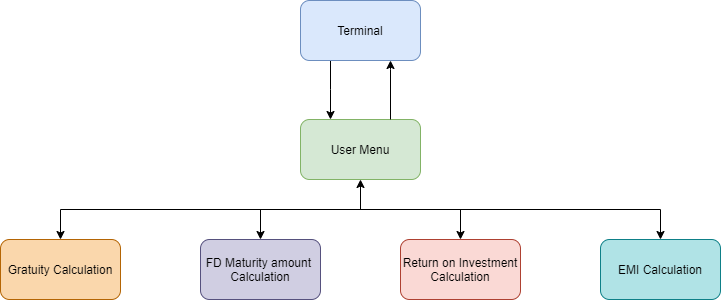
Earlier version of the draw.io export 2_Design/.png (swapnilkhandekar999/financialcalculator). Source tidied: cells renumbered, new cells last; positions are measured from the earlier drawing's top-left corner, leaving out a move shared by most shapes.
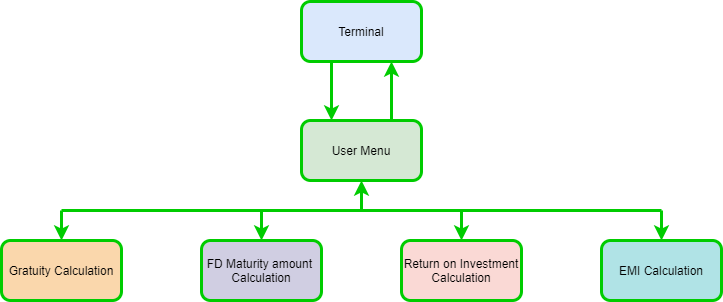
After the change.

The edit, as a diff of the source:
```diff
@@ -2,7 +2,7 @@
   <root>
     <mxCell id="0" />
     <mxCell id="1" parent="0" />
-    <mxCell id="2" style="edgeStyle=orthogonalEdgeStyle;rounded=0;jettySize=auto;html=1;" parent="1" edge="1" source="3" target="4">
+    <mxCell id="2" style="edgeStyle=orthogonalEdgeStyle;rounded=0;jettySize=auto;html=1;strokeWidth=3;strokeColor=#00CC00;" parent="1" edge="1" source="3" target="4">
       <mxGeometry relative="1" as="geometry">
         <Array as="points">
           <mxPoint x="330" y="89" />
@@ -10,13 +10,13 @@
         </Array>
       </mxGeometry>
     </mxCell>
-    <mxCell id="3" value="Terminal" style="rounded=1;whiteSpace=wrap;html=1;fillColor=#dae8fc;strokeColor=#6c8ebf;" parent="1" vertex="1">
+    <mxCell id="3" value="Terminal" style="rounded=1;whiteSpace=wrap;html=1;fillColor=#dae8fc;strokeWidth=3;strokeColor=#00CC00;" parent="1" vertex="1">
       <mxGeometry x="300" width="120" height="60" as="geometry" />
     </mxCell>
-    <mxCell id="4" value="User Menu" style="rounded=1;whiteSpace=wrap;html=1;fillColor=#d5e8d4;strokeColor=#82b366;" parent="1" vertex="1">
+    <mxCell id="4" value="User Menu" style="rounded=1;whiteSpace=wrap;html=1;fillColor=#d5e8d4;strokeWidth=3;strokeColor=#00CC00;" parent="1" vertex="1">
       <mxGeometry x="300" y="119" width="120" height="60" as="geometry" />
     </mxCell>
-    <mxCell id="5" style="edgeStyle=orthogonalEdgeStyle;rounded=0;orthogonalLoop=1;jettySize=auto;html=1;" parent="1" edge="1">
+    <mxCell id="5" style="edgeStyle=orthogonalEdgeStyle;rounded=0;orthogonalLoop=1;jettySize=auto;html=1;strokeWidth=3;strokeColor=#00CC00;" parent="1" edge="1">
       <mxGeometry relative="1" as="geometry">
         <mxPoint x="390" y="119" as="sourcePoint" />
         <mxPoint x="390" y="60" as="targetPoint" />
@@ -26,45 +26,45 @@
         </Array>
       </mxGeometry>
     </mxCell>
-    <mxCell id="6" value="Gratuity Calculation" style="rounded=1;whiteSpace=wrap;html=1;fillColor=#fad7ac;strokeColor=#b46504;" parent="1" vertex="1">
+    <mxCell id="6" value="Gratuity Calculation" style="rounded=1;whiteSpace=wrap;html=1;fillColor=#fad7ac;strokeWidth=3;strokeColor=#00CC00;" parent="1" vertex="1">
       <mxGeometry y="239" width="120" height="60" as="geometry" />
     </mxCell>
-    <mxCell id="7" value="FD Maturity amount&amp;nbsp;&lt;br&gt;Calculation" style="rounded=1;whiteSpace=wrap;html=1;fillColor=#d0cee2;strokeColor=#56517e;" parent="1" vertex="1">
+    <mxCell id="7" value="FD Maturity amount&amp;nbsp;&lt;br&gt;Calculation" style="rounded=1;whiteSpace=wrap;html=1;fillColor=#d0cee2;strokeWidth=3;strokeColor=#00CC00;" parent="1" vertex="1">
       <mxGeometry x="200" y="239" width="120" height="60" as="geometry" />
     </mxCell>
-    <mxCell id="8" value="Return on Investment Calculation" style="rounded=1;whiteSpace=wrap;html=1;fillColor=#fad9d5;strokeColor=#ae4132;" parent="1" vertex="1">
+    <mxCell id="8" value="Return on Investment Calculation" style="rounded=1;whiteSpace=wrap;html=1;fillColor=#fad9d5;strokeWidth=3;strokeColor=#00CC00;" parent="1" vertex="1">
       <mxGeometry x="400" y="239" width="120" height="60" as="geometry" />
     </mxCell>
-    <mxCell id="9" value="EMI Calculation" style="rounded=1;whiteSpace=wrap;html=1;fillColor=#b0e3e6;strokeColor=#0e8088;" parent="1" vertex="1">
+    <mxCell id="9" value="EMI Calculation" style="rounded=1;whiteSpace=wrap;html=1;fillColor=#b0e3e6;strokeWidth=3;strokeColor=#00CC00;" parent="1" vertex="1">
       <mxGeometry x="600" y="239" width="120" height="60" as="geometry" />
     </mxCell>
-    <mxCell id="10" style="endArrow=none;html=1;" parent="1" edge="1">
+    <mxCell id="10" style="endArrow=none;html=1;strokeWidth=3;strokeColor=#00CC00;" parent="1" edge="1">
       <mxGeometry relative="1" as="geometry">
         <mxPoint x="60" y="209" as="sourcePoint" />
         <mxPoint x="660" y="209" as="targetPoint" />
       </mxGeometry>
     </mxCell>
-    <mxCell id="11" style="endArrow=classic;html=1;entryX=0.5;entryY=0;entryDx=0;entryDy=0;" parent="1" edge="1" target="6">
+    <mxCell id="11" style="endArrow=classic;html=1;entryX=0.5;entryY=0;entryDx=0;entryDy=0;strokeWidth=3;strokeColor=#00CC00;" parent="1" edge="1" target="6">
       <mxGeometry relative="1" as="geometry">
         <mxPoint x="60" y="209" as="sourcePoint" />
       </mxGeometry>
     </mxCell>
-    <mxCell id="12" style="endArrow=classic;html=1;entryX=0.5;entryY=0;entryDx=0;entryDy=0;" parent="1" edge="1" target="7">
+    <mxCell id="12" style="endArrow=classic;html=1;entryX=0.5;entryY=0;entryDx=0;entryDy=0;strokeWidth=3;strokeColor=#00CC00;" parent="1" edge="1" target="7">
       <mxGeometry relative="1" as="geometry">
         <mxPoint x="260" y="209" as="sourcePoint" />
       </mxGeometry>
     </mxCell>
-    <mxCell id="13" style="endArrow=classic;html=1;entryX=0.5;entryY=0;entryDx=0;entryDy=0;" parent="1" edge="1" target="8">
+    <mxCell id="13" style="endArrow=classic;html=1;entryX=0.5;entryY=0;entryDx=0;entryDy=0;strokeWidth=3;strokeColor=#00CC00;" parent="1" edge="1" target="8">
       <mxGeometry relative="1" as="geometry">
         <mxPoint x="460" y="209" as="sourcePoint" />
       </mxGeometry>
     </mxCell>
-    <mxCell id="14" style="endArrow=classic;html=1;entryX=0.5;entryY=0;entryDx=0;entryDy=0;" parent="1" edge="1" target="9">
+    <mxCell id="14" style="endArrow=classic;html=1;entryX=0.5;entryY=0;entryDx=0;entryDy=0;strokeWidth=3;strokeColor=#00CC00;" parent="1" edge="1" target="9">
       <mxGeometry relative="1" as="geometry">
         <mxPoint x="660" y="209" as="sourcePoint" />
       </mxGeometry>
     </mxCell>
-    <mxCell id="15" style="endArrow=classic;html=1;entryX=0.5;entryY=1;entryDx=0;entryDy=0;" parent="1" edge="1" target="4">
+    <mxCell id="15" style="endArrow=classic;html=1;entryX=0.5;entryY=1;entryDx=0;entryDy=0;strokeWidth=3;strokeColor=#00CC00;" parent="1" edge="1" target="4">
       <mxGeometry relative="1" as="geometry">
         <mxPoint x="360" y="209" as="sourcePoint" />
       </mxGeometry>
```
